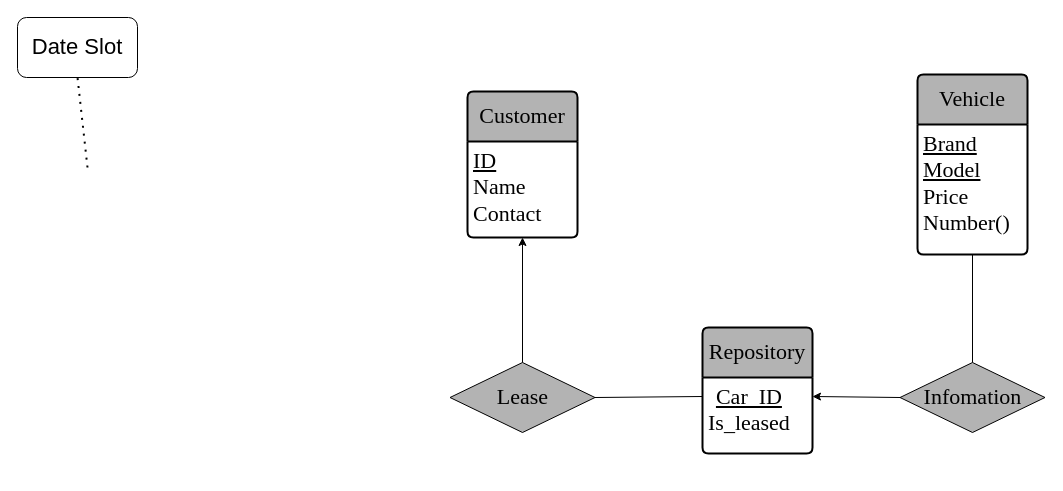
Earlier version of the draw.io diagram paper/pic/db.drawio (ljh6137/Park-database). Source tidied: cells renumbered, new cells numbered last; positions are measured from the earlier drawing's top-left corner, leaving out a move shared by most shapes. Both pictures are drawn from the tidied source at 100%, with x=0, y=0 at pixel (17, 17).
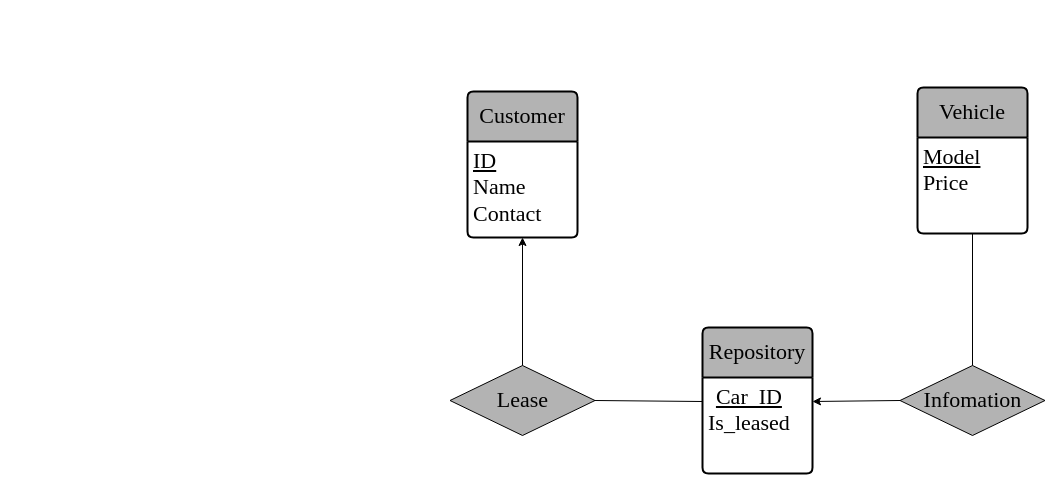
Above is the later version.

The edit, as a diff of the source:
```diff
@@
 <mxGraphModel>
   <root>
     <mxCell id="0" />
     <mxCell id="1" parent="0" />
     <mxCell id="2" value="&lt;font style=&quot;font-size: 22px;&quot; face=&quot;Times New Roman&quot;&gt;Customer&lt;/font&gt;" style="swimlane;horizontal=1;startSize=50;rounded=1;fontSize=14;fontStyle=0;strokeWidth=2;shadow=0;dashed=0;align=center;arcSize=4;whiteSpace=wrap;html=1;fillColor=#B3B3B3;" parent="1" vertex="1">
       <mxGeometry x="450" y="74" width="110" height="146" as="geometry" />
     </mxCell>
     <mxCell id="3" value="&lt;font style=&quot;font-size: 22px;&quot; face=&quot;Times New Roman&quot;&gt;&lt;u&gt;ID&lt;/u&gt;&lt;br&gt;Name&lt;br&gt;Contact&lt;/font&gt;&lt;div&gt;&lt;br&gt;&lt;/div&gt;" style="align=left;strokeColor=none;fillColor=none;spacingLeft=4;fontSize=12;verticalAlign=top;html=1;" parent="2" vertex="1">
       <mxGeometry y="50" width="110" height="96" as="geometry" />
     </mxCell>
     <mxCell id="4" value="&lt;font style=&quot;font-size: 22px;&quot; face=&quot;Times New Roman&quot;&gt;Repository&lt;/font&gt;" style="swimlane;horizontal=1;startSize=50;rounded=1;fontSize=14;fontStyle=0;strokeWidth=2;shadow=0;dashed=0;align=center;arcSize=4;whiteSpace=wrap;html=1;fillColor=#B3B3B3;" parent="1" vertex="1">
-      <mxGeometry x="685" y="310" width="110" height="126" as="geometry" />
+      <mxGeometry x="685" y="310" width="110" height="146" as="geometry" />
     </mxCell>
     <mxCell id="5" value="&lt;div style=&quot;text-align: center;&quot;&gt;&lt;span style=&quot;font-size: 22px; font-family: &amp;quot;Times New Roman&amp;quot;; background-color: initial;&quot;&gt;&lt;u&gt;Car_ID&lt;/u&gt;&lt;/span&gt;&lt;/div&gt;&lt;font style=&quot;font-size: 22px;&quot; face=&quot;Times New Roman&quot;&gt;Is_leased&lt;/font&gt;&lt;div&gt;&lt;font style=&quot;font-size: 22px;&quot; face=&quot;Times New Roman&quot;&gt;&lt;br&gt;&lt;/font&gt;&lt;/div&gt;" style="align=left;strokeColor=none;fillColor=none;spacingLeft=4;fontSize=12;verticalAlign=top;html=1;" parent="4" vertex="1">
-      <mxGeometry y="50" width="110" height="76" as="geometry" />
+      <mxGeometry y="50" width="110" height="96" as="geometry" />
     </mxCell>
     <mxCell id="6" value="&lt;font style=&quot;font-size: 22px;&quot; face=&quot;Times New Roman&quot;&gt;Vehicle&lt;/font&gt;" style="swimlane;horizontal=1;startSize=50;rounded=1;fontSize=14;fontStyle=0;strokeWidth=2;shadow=0;dashed=0;align=center;arcSize=4;whiteSpace=wrap;html=1;fillColor=#B3B3B3;" parent="1" vertex="1">
-      <mxGeometry x="900" y="57" width="110" height="180" as="geometry" />
+      <mxGeometry x="900" y="70" width="110" height="146" as="geometry" />
     </mxCell>
-    <mxCell id="7" value="&lt;font face=&quot;Times New Roman&quot;&gt;&lt;span style=&quot;font-size: 22px;&quot;&gt;&lt;u&gt;Brand&lt;/u&gt;&lt;/span&gt;&lt;/font&gt;&lt;div&gt;&lt;font face=&quot;Times New Roman&quot;&gt;&lt;span style=&quot;font-size: 22px;&quot;&gt;&lt;u&gt;Model&lt;br&gt;&lt;/u&gt;&lt;/span&gt;&lt;/font&gt;&lt;div&gt;&lt;font face=&quot;Times New Roman&quot;&gt;&lt;span style=&quot;font-size: 22px;&quot;&gt;Price&lt;/span&gt;&lt;/font&gt;&lt;/div&gt;&lt;/div&gt;&lt;div&gt;&lt;font face=&quot;Times New Roman&quot;&gt;&lt;span style=&quot;font-size: 22px;&quot;&gt;Number()&lt;/span&gt;&lt;/font&gt;&lt;/div&gt;" style="align=left;strokeColor=none;fillColor=none;spacingLeft=4;fontSize=12;verticalAlign=top;html=1;" parent="6" vertex="1">
-      <mxGeometry y="50" width="110" height="130" as="geometry" />
+    <mxCell id="7" value="&lt;div&gt;&lt;font face=&quot;Times New Roman&quot;&gt;&lt;span style=&quot;font-size: 22px;&quot;&gt;&lt;u&gt;Model&lt;br&gt;&lt;/u&gt;&lt;/span&gt;&lt;/font&gt;&lt;div&gt;&lt;font face=&quot;Times New Roman&quot;&gt;&lt;span style=&quot;font-size: 22px;&quot;&gt;Price&lt;/span&gt;&lt;/font&gt;&lt;/div&gt;&lt;/div&gt;&lt;div&gt;&lt;br&gt;&lt;/div&gt;" style="align=left;strokeColor=none;fillColor=none;spacingLeft=4;fontSize=12;verticalAlign=top;html=1;" parent="6" vertex="1">
+      <mxGeometry y="50" width="110" height="96" as="geometry" />
     </mxCell>
-    <mxCell id="8" value="&lt;font style=&quot;font-size: 22px;&quot;&gt;Date Slot&lt;/font&gt;" style="rounded=1;whiteSpace=wrap;html=1;" parent="1" vertex="1">
-      <mxGeometry width="120" height="60" as="geometry" />
-    </mxCell>
-    <mxCell id="9" style="endArrow=none;dashed=1;html=1;dashPattern=1 3;strokeWidth=2;rounded=0;entryX=0.5;entryY=1;entryDx=0;entryDy=0;" parent="1" edge="1" target="8">
-      <mxGeometry relative="1" as="geometry">
-        <mxPoint x="70" y="150" as="sourcePoint" />
-      </mxGeometry>
-    </mxCell>
     <mxCell id="10" style="endArrow=classic;html=1;rounded=0;entryX=1;entryY=0.25;entryDx=0;entryDy=0;exitX=0;exitY=0.5;exitDx=0;exitDy=0;" parent="1" edge="1" source="11" target="5">
       <mxGeometry relative="1" as="geometry" />
     </mxCell>
     <mxCell id="11" value="&lt;font face=&quot;Times New Roman&quot; style=&quot;font-size: 22px;&quot;&gt;Infomation&lt;/font&gt;" style="shape=rhombus;perimeter=rhombusPerimeter;whiteSpace=wrap;html=1;align=center;fillColor=#B3B3B3;" parent="1" vertex="1">
-      <mxGeometry x="882.5" y="345" width="145" height="70" as="geometry" />
+      <mxGeometry x="882.5" y="348" width="145" height="70" as="geometry" />
     </mxCell>
     <mxCell id="12" style="endArrow=none;html=1;rounded=0;entryX=0.5;entryY=1;entryDx=0;entryDy=0;exitX=0.5;exitY=0;exitDx=0;exitDy=0;" parent="1" edge="1" source="11" target="7">
       <mxGeometry relative="1" as="geometry" />
     </mxCell>
     <mxCell id="13" value="&lt;font face=&quot;Times New Roman&quot; style=&quot;font-size: 22px;&quot;&gt;Lease&lt;/font&gt;" style="shape=rhombus;perimeter=rhombusPerimeter;whiteSpace=wrap;html=1;align=center;fillColor=#B3B3B3;" parent="1" vertex="1">
-      <mxGeometry x="432.5" y="345" width="145" height="70" as="geometry" />
+      <mxGeometry x="432.5" y="348" width="145" height="70" as="geometry" />
     </mxCell>
     <mxCell id="14" style="endArrow=none;html=1;rounded=0;exitX=1;exitY=0.5;exitDx=0;exitDy=0;entryX=0;entryY=0.25;entryDx=0;entryDy=0;" parent="1" edge="1" source="13" target="5">
       <mxGeometry relative="1" as="geometry" />
     </mxCell>
     <mxCell id="15" style="endArrow=classic;html=1;rounded=0;entryX=0.5;entryY=1;entryDx=0;entryDy=0;" parent="1" edge="1" source="13" target="3">
       <mxGeometry relative="1" as="geometry" />
     </mxCell>
   </root>
 </mxGraphModel>
```
